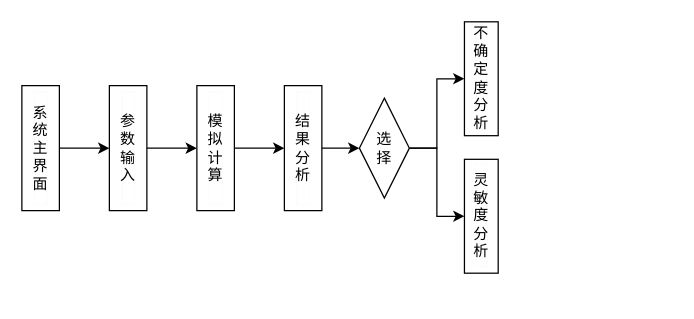
Before: 程序流程框图.drawio in WhItEG-bit/-, a draw.io diagram. Source tidied: cells renumbered, new cells numbered last; positions are measured from the earlier drawing's top-left corner, leaving out a move shared by most shapes. Both pictures are drawn from the tidied source at 125%, with x=0, y=0 at pixel (-22, 35).
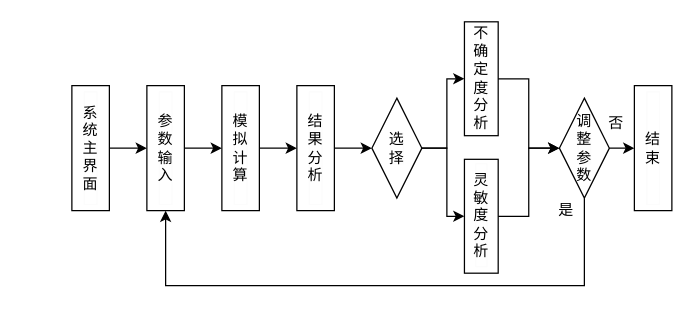
Above is the later version.

Commit message (it also covers changes not shown here):
更新程序流程框图.drawio

Unchanged cells that the change refers to:
```xml
<mxCell id="3" style="rounded=0;whiteSpace=wrap;html=1;rotation=90;" parent="2" vertex="1">
  <mxGeometry x="-35" y="35" width="100" height="30" as="geometry" />
</mxCell>
<mxCell id="9" style="rounded=0;whiteSpace=wrap;html=1;rotation=90;" parent="8" vertex="1">
  <mxGeometry x="-35" y="35" width="100" height="30" as="geometry" />
</mxCell>
<mxCell id="22" style="rounded=0;whiteSpace=wrap;html=1;rotation=90;" parent="21" vertex="1">
  <mxGeometry x="-28" y="21" width="91.1" height="27" as="geometry" />
</mxCell>
<mxCell id="25" style="rounded=0;whiteSpace=wrap;html=1;rotation=90;" parent="24" vertex="1">
  <mxGeometry x="-28" y="21" width="91.1" height="27" as="geometry" />
</mxCell>
```

What changed in the source:
```diff
@@
     <mxCell id="2" style="group;" parent="1" vertex="1">
-      <mxGeometry x="35" y="40" width="30" height="100" as="geometry" />
+      <mxGeometry x="75" y="40" width="30" height="100" as="geometry" />
     </mxCell>
@@
     <mxCell id="5" style="group;" parent="1" vertex="1">
-      <mxGeometry x="305" y="50" width="40" height="80" as="geometry" />
+      <mxGeometry x="315" y="50" width="40" height="80" as="geometry" />
     </mxCell>
@@
     <mxCell id="8" style="group;" parent="1" vertex="1">
-      <mxGeometry x="105" y="40" width="30" height="100" as="geometry" />
+      <mxGeometry x="135" y="40" width="30" height="100" as="geometry" />
     </mxCell>
@@
     <mxCell id="11" style="group;" parent="1" vertex="1">
-      <mxGeometry x="175" y="40" width="30" height="100" as="geometry" />
+      <mxGeometry x="195" y="40" width="30" height="100" as="geometry" />
     </mxCell>
@@
     <mxCell id="14" style="group;" parent="1" vertex="1">
-      <mxGeometry x="245" y="40" width="30" height="100" as="geometry" />
+      <mxGeometry x="255" y="40" width="30" height="100" as="geometry" />
     </mxCell>
@@
-    <mxCell id="17" style="edgeStyle=orthogonalEdgeStyle;rounded=0;jettySize=auto;html=1;exitX=0.5;exitY=0;exitDx=0;exitDy=0;" parent="1" edge="1" source="3">
-      <mxGeometry relative="1" as="geometry">
-        <mxPoint x="105" y="90" as="targetPoint" />
-      </mxGeometry>
-    </mxCell>
@@
+    <mxCell id="29" style="group;" parent="1" vertex="1">
+      <mxGeometry x="465" y="50" width="40" height="80" as="geometry" />
+    </mxCell>
+    <mxCell id="30" style="rhombus;whiteSpace=wrap;html=1;" parent="29" vertex="1">
+      <mxGeometry width="40" height="80" as="geometry" />
+    </mxCell>
+    <mxCell id="31" value="调整参数" style="whiteSpace=wrap;html=1;rotation=90;horizontal=0;verticalAlign=middle;strokeColor=#FCFCFC;" parent="29" vertex="1">
+      <mxGeometry x="7.5" y="35" width="25" height="10" as="geometry" />
+    </mxCell>
+    <mxCell id="32" style="edgeStyle=orthogonalEdgeStyle;rounded=0;jettySize=auto;html=1;exitX=0.5;exitY=0;exitDx=0;exitDy=0;entryX=0;entryY=0.5;entryDx=0;entryDy=0;" parent="1" edge="1" source="25" target="30">
+      <mxGeometry relative="1" as="geometry" />
+    </mxCell>
+    <mxCell id="33" style="edgeStyle=orthogonalEdgeStyle;rounded=0;jettySize=auto;html=1;exitX=0.5;exitY=0;exitDx=0;exitDy=0;entryX=0;entryY=0.5;entryDx=0;entryDy=0;" parent="1" edge="1" source="22" target="30">
+      <mxGeometry relative="1" as="geometry" />
+    </mxCell>
+    <mxCell id="34" style="group;" parent="1" vertex="1">
+      <mxGeometry x="525" y="40" width="30" height="100" as="geometry" />
+    </mxCell>
+    <mxCell id="35" style="rounded=0;whiteSpace=wrap;html=1;rotation=90;" parent="34" vertex="1">
+      <mxGeometry x="-35" y="35" width="100" height="30" as="geometry" />
+    </mxCell>
+    <mxCell id="36" value="结束" style="whiteSpace=wrap;html=1;rotation=90;horizontal=0;verticalAlign=middle;strokeColor=#FCFCFC;" parent="34" vertex="1">
+      <mxGeometry x="-30" y="45" width="90" height="10" as="geometry" />
+    </mxCell>
+    <mxCell id="37" style="edgeStyle=orthogonalEdgeStyle;rounded=0;jettySize=auto;html=1;exitX=1;exitY=0.5;exitDx=0;exitDy=0;entryX=0.5;entryY=1;entryDx=0;entryDy=0;" parent="1" edge="1" source="30" target="35">
+      <mxGeometry relative="1" as="geometry" />
+    </mxCell>
+    <mxCell id="38" value="否" style="text;html=1;align=center;verticalAlign=middle;fillColor=none;strokeColor=none;rounded=0;" parent="1" vertex="1">
+      <mxGeometry x="495" y="60" width="30" height="20" as="geometry" />
+    </mxCell>
+    <mxCell id="39" value="是" style="text;html=1;align=center;verticalAlign=middle;fillColor=none;strokeColor=none;rounded=0;" parent="1" vertex="1">
+      <mxGeometry x="455" y="130" width="30" height="20" as="geometry" />
+    </mxCell>
+    <mxCell id="40" style="edgeStyle=orthogonalEdgeStyle;rounded=0;jettySize=auto;html=1;exitX=0.5;exitY=0;exitDx=0;exitDy=0;entryX=0.5;entryY=1;entryDx=0;entryDy=0;" parent="1" edge="1" source="3" target="9">
+      <mxGeometry relative="1" as="geometry" />
+    </mxCell>
+    <mxCell id="41" style="edgeStyle=orthogonalEdgeStyle;rounded=0;jettySize=auto;html=1;exitX=0.5;exitY=1;exitDx=0;exitDy=0;entryX=1;entryY=0.5;entryDx=0;entryDy=0;" parent="1" edge="1" source="30" target="9">
+      <mxGeometry relative="1" as="geometry">
+        <Array as="points">
+          <mxPoint x="485" y="200" />
+          <mxPoint x="150" y="200" />
+        </Array>
+      </mxGeometry>
+    </mxCell>
```
